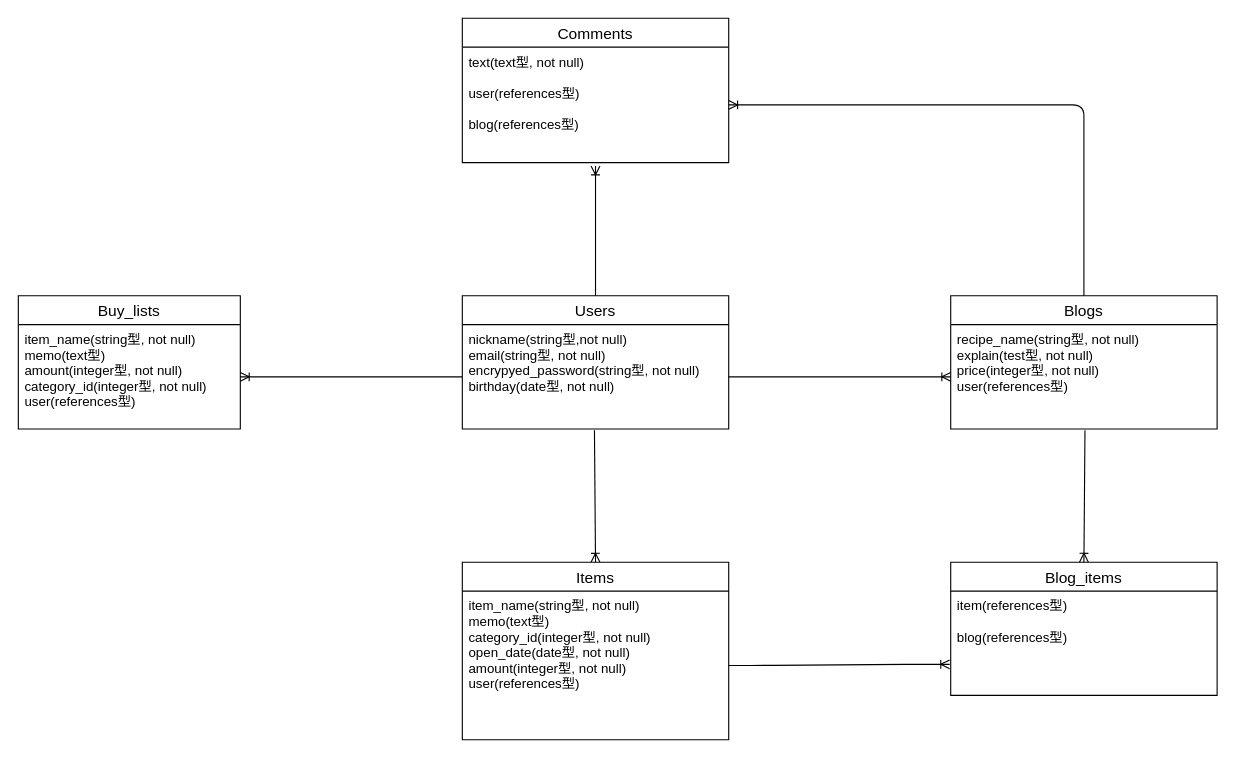
The draw.io diagram sachiale.dio in mokomoko-ogata/sachiale, before the edit. Source tidied: cells renumbered, new cells numbered last; positions are measured from the earlier drawing's top-left corner, leaving out a move shared by most shapes. Both pictures are drawn from the tidied source at 111%, with x=0, y=0 at pixel (18, 18).
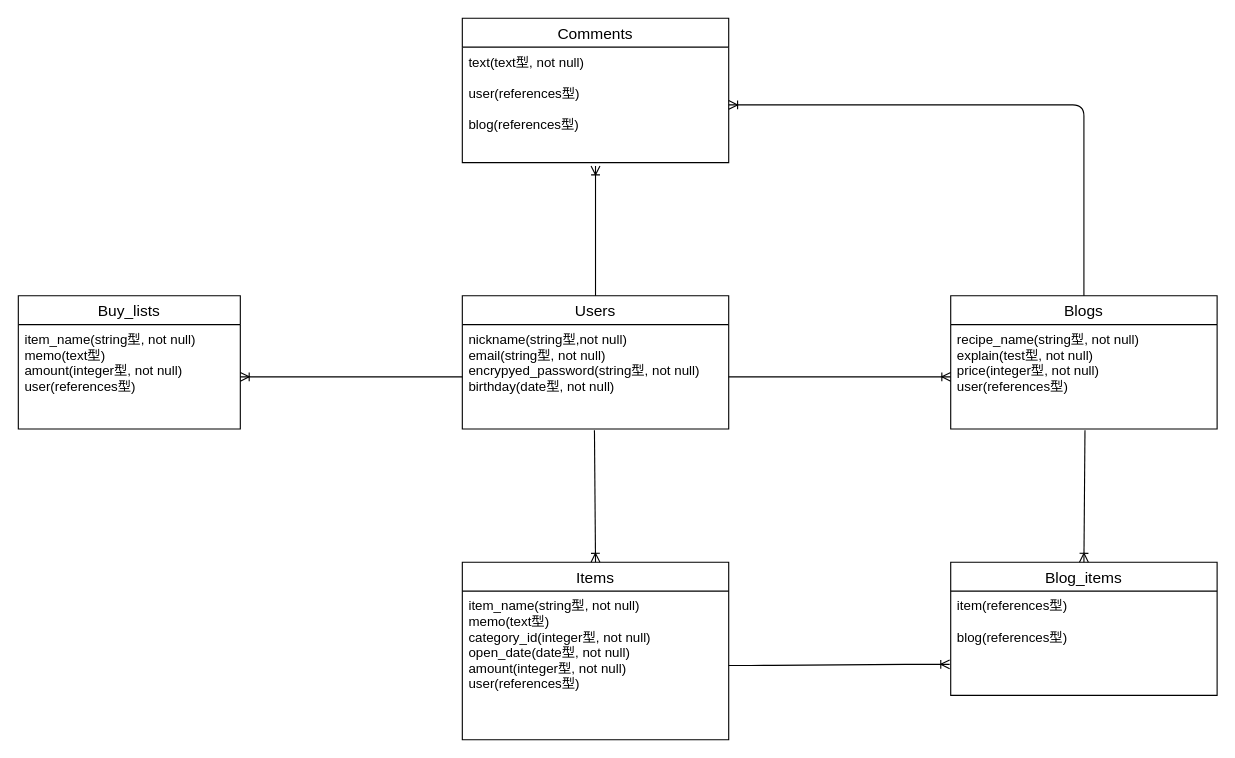
The same page after the edit.

Commit message (it also covers changes not shown here):
テーブルの構成修正

Unchanged cells that the change refers to:
```xml
<mxCell id="11" value="Buy_lists" style="swimlane;fontStyle=0;horizontal=1;startSize=26;align=center;fontSize=14;" parent="1" vertex="1">
  <mxGeometry y="250" width="200" height="120" as="geometry" />
</mxCell>
```

Change to the diagram source:
```diff
@@
-    <mxCell id="12" value="item_name(string型, not null)&#10;memo(text型)&#10;amount(integer型, not null)&#10;category_id(integer型, not null)&#10;user(references型)" style="text;strokeColor=none;fillColor=none;spacingLeft=4;spacingRight=4;overflow=hidden;points=[[0,0.5],[1,0.5]];portConstraint=eastwest;fontSize=12;" parent="11" vertex="1">
+    <mxCell id="12" value="item_name(string型, not null)&#10;memo(text型)&#10;amount(integer型, not null)&#10;user(references型)" style="text;strokeColor=none;fillColor=none;spacingLeft=4;spacingRight=4;overflow=hidden;points=[[0,0.5],[1,0.5]];portConstraint=eastwest;fontSize=12;" parent="11" vertex="1">
       <mxGeometry y="26" width="200" height="94" as="geometry" />
     </mxCell>
```
